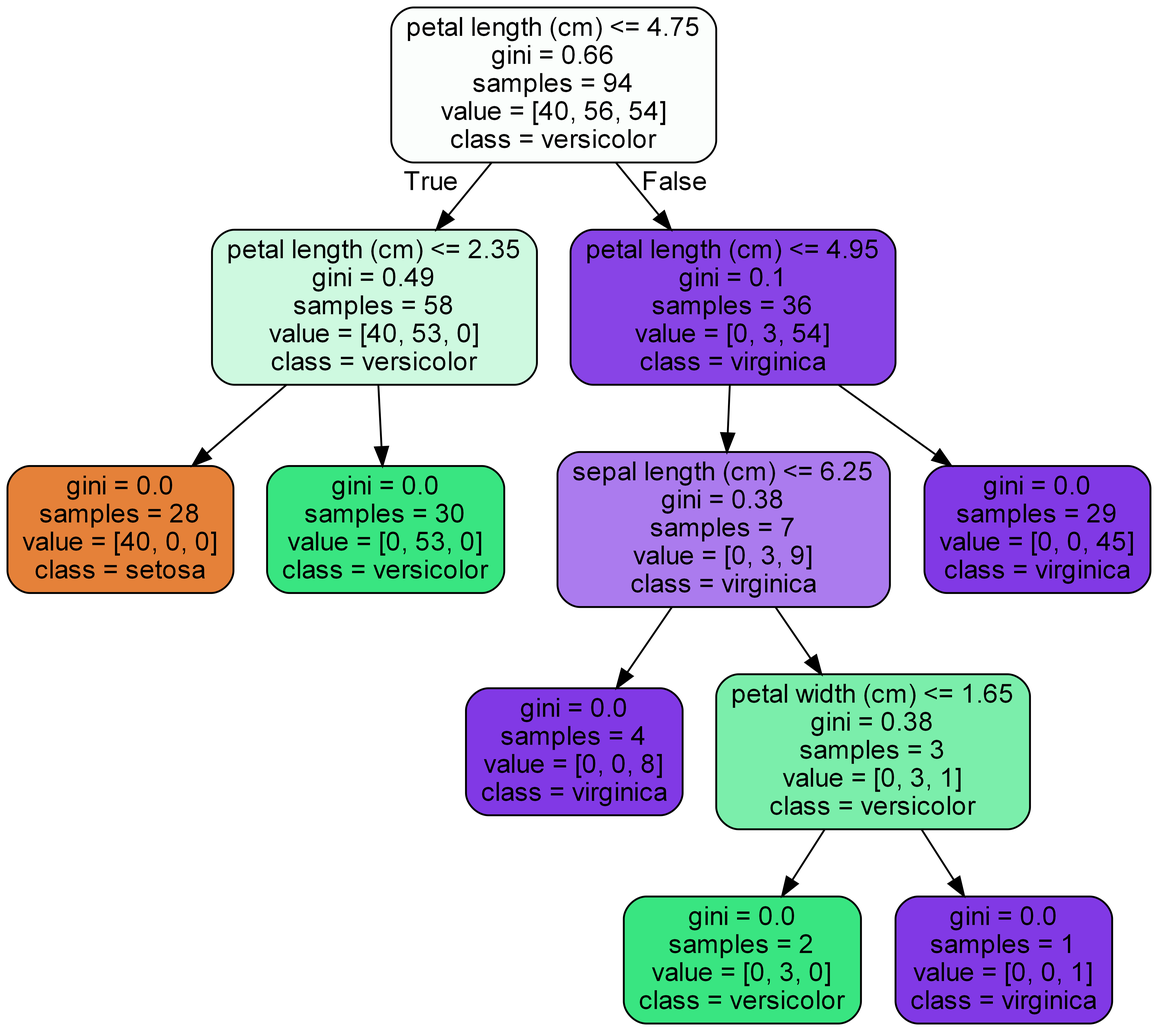
MarceloAlvesPereira/Springboard keeps this Graphviz diagram as 14_4_Random_forest_covid/tree.png. Above is the earlier version. Its source is kept beside it as 14_4_Random_forest_covid/tree.dot. Source of this version:
```dot
digraph Tree {
node [shape=box, style="filled, rounded", color="black", fontname=helvetica] ;
edge [fontname=helvetica] ;
0 [label="petal length (cm) <= 4.75\ngini = 0.66\nsamples = 94\nvalue = [40, 56, 54]\nclass = versicolor", fillcolor="#fbfefc"] ;
1 [label="petal length (cm) <= 2.35\ngini = 0.49\nsamples = 58\nvalue = [40, 53, 0]\nclass = versicolor", fillcolor="#cef9e0"] ;
0 -> 1 [labeldistance=2.5, labelangle=45, headlabel="True"] ;
2 [label="gini = 0.0\nsamples = 28\nvalue = [40, 0, 0]\nclass = setosa", fillcolor="#e58139"] ;
1 -> 2 ;
3 [label="gini = 0.0\nsamples = 30\nvalue = [0, 53, 0]\nclass = versicolor", fillcolor="#39e581"] ;
1 -> 3 ;
4 [label="petal length (cm) <= 4.95\ngini = 0.1\nsamples = 36\nvalue = [0, 3, 54]\nclass = virginica", fillcolor="#8844e6"] ;
0 -> 4 [labeldistance=2.5, labelangle=-45, headlabel="False"] ;
5 [label="sepal length (cm) <= 6.25\ngini = 0.38\nsamples = 7\nvalue = [0, 3, 9]\nclass = virginica", fillcolor="#ab7bee"] ;
4 -> 5 ;
6 [label="gini = 0.0\nsamples = 4\nvalue = [0, 0, 8]\nclass = virginica", fillcolor="#8139e5"] ;
5 -> 6 ;
7 [label="petal width (cm) <= 1.65\ngini = 0.38\nsamples = 3\nvalue = [0, 3, 1]\nclass = versicolor", fillcolor="#7beeab"] ;
5 -> 7 ;
8 [label="gini = 0.0\nsamples = 2\nvalue = [0, 3, 0]\nclass = versicolor", fillcolor="#39e581"] ;
7 -> 8 ;
9 [label="gini = 0.0\nsamples = 1\nvalue = [0, 0, 1]\nclass = virginica", fillcolor="#8139e5"] ;
7 -> 9 ;
10 [label="gini = 0.0\nsamples = 29\nvalue = [0, 0, 45]\nclass = virginica", fillcolor="#8139e5"] ;
4 -> 10 ;
}
```
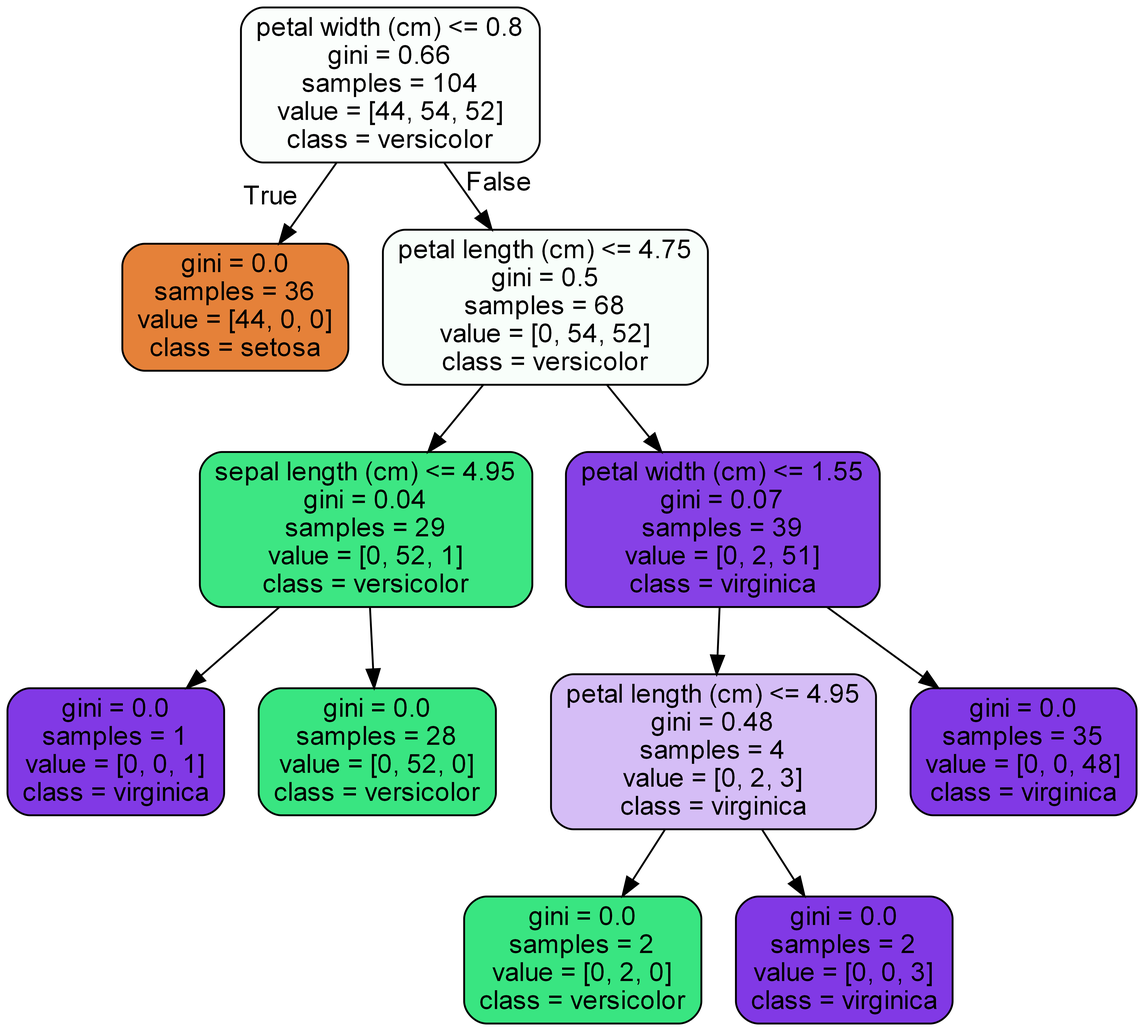
Later version of the same file.

Diff of the diagram source:
```diff
@@ -1,25 +1,25 @@
 digraph Tree {
 node [shape=box, style="filled, rounded", color="black", fontname=helvetica] ;
 edge [fontname=helvetica] ;
-0 [label="petal length (cm) <= 4.75\ngini = 0.66\nsamples = 94\nvalue = [40, 56, 54]\nclass = versicolor", fillcolor="#fbfefc"] ;
-1 [label="petal length (cm) <= 2.35\ngini = 0.49\nsamples = 58\nvalue = [40, 53, 0]\nclass = versicolor", fillcolor="#cef9e0"] ;
+0 [label="petal width (cm) <= 0.8\ngini = 0.66\nsamples = 104\nvalue = [44, 54, 52]\nclass = versicolor", fillcolor="#fbfefc"] ;
+1 [label="gini = 0.0\nsamples = 36\nvalue = [44, 0, 0]\nclass = setosa", fillcolor="#e58139"] ;
 0 -> 1 [labeldistance=2.5, labelangle=45, headlabel="True"] ;
-2 [label="gini = 0.0\nsamples = 28\nvalue = [40, 0, 0]\nclass = setosa", fillcolor="#e58139"] ;
-1 -> 2 ;
-3 [label="gini = 0.0\nsamples = 30\nvalue = [0, 53, 0]\nclass = versicolor", fillcolor="#39e581"] ;
-1 -> 3 ;
-4 [label="petal length (cm) <= 4.95\ngini = 0.1\nsamples = 36\nvalue = [0, 3, 54]\nclass = virginica", fillcolor="#8844e6"] ;
-0 -> 4 [labeldistance=2.5, labelangle=-45, headlabel="False"] ;
-5 [label="sepal length (cm) <= 6.25\ngini = 0.38\nsamples = 7\nvalue = [0, 3, 9]\nclass = virginica", fillcolor="#ab7bee"] ;
-4 -> 5 ;
-6 [label="gini = 0.0\nsamples = 4\nvalue = [0, 0, 8]\nclass = virginica", fillcolor="#8139e5"] ;
-5 -> 6 ;
-7 [label="petal width (cm) <= 1.65\ngini = 0.38\nsamples = 3\nvalue = [0, 3, 1]\nclass = versicolor", fillcolor="#7beeab"] ;
-5 -> 7 ;
-8 [label="gini = 0.0\nsamples = 2\nvalue = [0, 3, 0]\nclass = versicolor", fillcolor="#39e581"] ;
+2 [label="petal length (cm) <= 4.75\ngini = 0.5\nsamples = 68\nvalue = [0, 54, 52]\nclass = versicolor", fillcolor="#f8fefa"] ;
+0 -> 2 [labeldistance=2.5, labelangle=-45, headlabel="False"] ;
+3 [label="sepal length (cm) <= 4.95\ngini = 0.04\nsamples = 29\nvalue = [0, 52, 1]\nclass = versicolor", fillcolor="#3de683"] ;
+2 -> 3 ;
+4 [label="gini = 0.0\nsamples = 1\nvalue = [0, 0, 1]\nclass = virginica", fillcolor="#8139e5"] ;
+3 -> 4 ;
+5 [label="gini = 0.0\nsamples = 28\nvalue = [0, 52, 0]\nclass = versicolor", fillcolor="#39e581"] ;
+3 -> 5 ;
+6 [label="petal width (cm) <= 1.55\ngini = 0.07\nsamples = 39\nvalue = [0, 2, 51]\nclass = virginica", fillcolor="#8641e6"] ;
+2 -> 6 ;
+7 [label="petal length (cm) <= 4.95\ngini = 0.48\nsamples = 4\nvalue = [0, 2, 3]\nclass = virginica", fillcolor="#d5bdf6"] ;
+6 -> 7 ;
+8 [label="gini = 0.0\nsamples = 2\nvalue = [0, 2, 0]\nclass = versicolor", fillcolor="#39e581"] ;
 7 -> 8 ;
-9 [label="gini = 0.0\nsamples = 1\nvalue = [0, 0, 1]\nclass = virginica", fillcolor="#8139e5"] ;
+9 [label="gini = 0.0\nsamples = 2\nvalue = [0, 0, 3]\nclass = virginica", fillcolor="#8139e5"] ;
 7 -> 9 ;
-10 [label="gini = 0.0\nsamples = 29\nvalue = [0, 0, 45]\nclass = virginica", fillcolor="#8139e5"] ;
-4 -> 10 ;
+10 [label="gini = 0.0\nsamples = 35\nvalue = [0, 0, 48]\nclass = virginica", fillcolor="#8139e5"] ;
+6 -> 10 ;
 }
```
